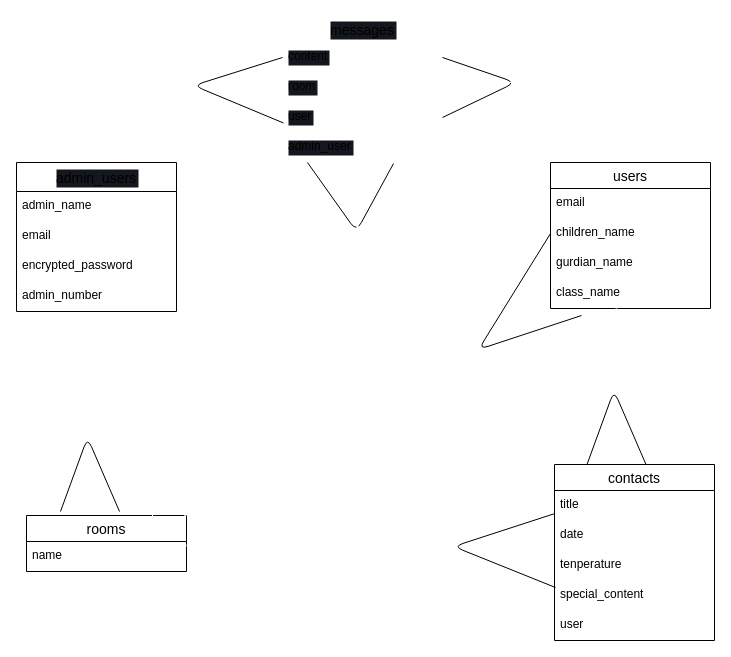
The draw.io diagram page "ページ1" (1 of 3) of contact_app.dio in yoshizooo/contact_app, before the edit. Source tidied: cells renumbered, new cells numbered last; positions are measured from the earlier drawing's top-left corner, leaving out a move shared by most shapes. Both pictures are drawn from the tidied source at 100%, with x=0, y=0 at pixel (16, 16).
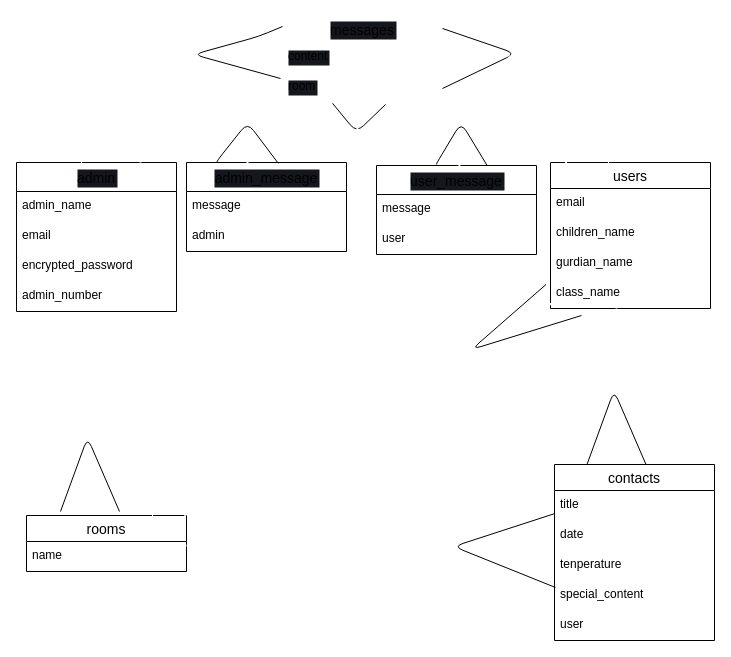
The same diagram, later.

The change refers to these unchanged cells:
```xml
<mxCell id="9" value="children_name" style="text;strokeColor=none;fillColor=none;spacingLeft=4;spacingRight=4;overflow=hidden;points=[[0,0.5],[1,0.5]];portConstraint=eastwest;fontSize=12;labelBackgroundColor=none;" parent="7" vertex="1">
  <mxGeometry y="56" width="160" height="30" as="geometry" />
</mxCell>
<mxCell id="10" value="gurdian_name" style="text;strokeColor=none;fillColor=none;spacingLeft=4;spacingRight=4;overflow=hidden;points=[[0,0.5],[1,0.5]];portConstraint=eastwest;fontSize=12;labelBackgroundColor=none;" parent="7" vertex="1">
  <mxGeometry y="86" width="160" height="30" as="geometry" />
</mxCell>
<mxCell id="21" value="content" style="text;strokeColor=none;fillColor=none;spacingLeft=4;spacingRight=4;overflow=hidden;points=[[0,0.5],[1,0.5]];portConstraint=eastwest;fontSize=12;labelBackgroundColor=#15171e;" parent="20" vertex="1">
  <mxGeometry y="26" width="160" height="30" as="geometry" />
</mxCell>
<mxCell id="22" value="room" style="text;strokeColor=none;fillColor=none;spacingLeft=4;spacingRight=4;overflow=hidden;points=[[0,0.5],[1,0.5]];portConstraint=eastwest;fontSize=12;labelBackgroundColor=#15171e;" parent="20" vertex="1">
  <mxGeometry y="56" width="160" height="30" as="geometry" />
</mxCell>
```

Change to the diagram source:
```diff
@@
-    <mxCell id="2" value="admin_users" style="swimlane;fontStyle=0;horizontal=1;startSize=29;align=center;fontSize=14;labelBackgroundColor=#15171e;" parent="1" vertex="1">
+    <mxCell id="2" value="admin" style="swimlane;fontStyle=0;horizontal=1;startSize=29;align=center;fontSize=14;labelBackgroundColor=#15171e;" parent="1" vertex="1">
       <mxGeometry y="146" width="160" height="149" as="geometry" />
     </mxCell>
@@
     <mxCell id="20" value="messages" style="swimlane;fontStyle=0;horizontal=1;startSize=26;align=center;fontSize=14;labelBackgroundColor=#15171e;strokeColor=#FFFFFF;" parent="1" vertex="1">
-      <mxGeometry x="266" width="160" height="146" as="geometry" />
+      <mxGeometry x="266" width="160" height="86" as="geometry" />
     </mxCell>
@@
-    <mxCell id="23" value="user" style="text;strokeColor=none;fillColor=none;spacingLeft=4;spacingRight=4;overflow=hidden;points=[[0,0.5],[1,0.5]];portConstraint=eastwest;fontSize=12;labelBackgroundColor=#15171e;" parent="20" vertex="1">
-      <mxGeometry y="86" width="160" height="30" as="geometry" />
-    </mxCell>
-    <mxCell id="24" value="admin_user" style="text;strokeColor=none;fillColor=none;spacingLeft=4;spacingRight=4;overflow=hidden;points=[[0,0.5],[1,0.5]];portConstraint=eastwest;fontSize=12;labelBackgroundColor=#15171e;" parent="20" vertex="1">
-      <mxGeometry y="116" width="160" height="30" as="geometry" />
-    </mxCell>
-    <mxCell id="25" style="endArrow=none;html=1;strokeColor=default;exitX=1;exitY=0.5;exitDx=0;exitDy=0;entryX=1;entryY=0.5;entryDx=0;entryDy=0;" parent="20" edge="1" source="23" target="21">
+    <mxCell id="25" style="endArrow=none;html=1;strokeColor=default;exitX=1;exitY=0.5;exitDx=0;exitDy=0;entryX=1;entryY=0.5;entryDx=0;entryDy=0;" parent="20" edge="1">
       <mxGeometry relative="1" as="geometry">
+        <mxPoint x="160" y="72" as="sourcePoint" />
+        <mxPoint x="160" y="12" as="targetPoint" />
         <Array as="points">
-          <mxPoint x="233" y="66" />
+          <mxPoint x="233" y="37" />
         </Array>
       </mxGeometry>
     </mxCell>
-    <mxCell id="26" style="endArrow=none;html=1;strokeColor=default;exitX=0.156;exitY=1;exitDx=0;exitDy=0;exitPerimeter=0;entryX=0.694;entryY=1.033;entryDx=0;entryDy=0;entryPerimeter=0;" parent="20" edge="1" source="24" target="24">
+    <mxCell id="26" style="endArrow=none;html=1;strokeColor=default;exitX=0.313;exitY=1.028;exitDx=0;exitDy=0;exitPerimeter=0;" parent="20" edge="1" source="22">
       <mxGeometry relative="1" as="geometry">
+        <mxPoint x="103" y="88" as="targetPoint" />
         <Array as="points">
-          <mxPoint x="74" y="215" />
+          <mxPoint x="74" y="116" />
         </Array>
       </mxGeometry>
     </mxCell>
     <mxCell id="27" style="shape=partialRectangle;whiteSpace=wrap;html=1;bottom=0;right=0;fillColor=none;labelBackgroundColor=#15171e;strokeColor=#FFFFFF;" parent="1" vertex="1">
-      <mxGeometry x="69" y="69" width="198" height="75" as="geometry" />
+      <mxGeometry x="65" y="39" width="199" height="108" as="geometry" />
     </mxCell>
@@
-    <mxCell id="29" style="endArrow=none;html=1;strokeColor=default;exitX=1;exitY=0.5;exitDx=0;exitDy=0;entryX=0;entryY=0.5;entryDx=0;entryDy=0;" parent="1" edge="1" source="27" target="21">
+    <mxCell id="29" style="endArrow=none;html=1;strokeColor=default;exitX=1;exitY=0.5;exitDx=0;exitDy=0;entryX=0;entryY=0.5;entryDx=0;entryDy=0;" parent="1" edge="1">
       <mxGeometry relative="1" as="geometry">
+        <mxPoint x="264" y="62" as="sourcePoint" />
+        <mxPoint x="266" y="10" as="targetPoint" />
         <Array as="points">
-          <mxPoint x="177" y="69" />
+          <mxPoint x="177" y="38" />
+          <mxPoint x="242" y="20" />
         </Array>
       </mxGeometry>
     </mxCell>
     <mxCell id="30" style="shape=partialRectangle;whiteSpace=wrap;html=1;bottom=0;right=0;fillColor=none;labelBackgroundColor=#15171e;strokeColor=#FFFFFF;rotation=90;" parent="1" vertex="1">
-      <mxGeometry x="476" y="22" width="75" height="163" as="geometry" />
+      <mxGeometry x="457" y="11.5" width="107" height="163" as="geometry" />
     </mxCell>
@@
     <mxCell id="38" style="line;strokeWidth=2;html=1;labelBackgroundColor=#15171e;strokeColor=#FFFFFF;rotation=-30;" parent="1" vertex="1">
-      <mxGeometry x="139.7" y="389.2" width="419" height="10" as="geometry" />
+      <mxGeometry x="139.3" y="387.9" width="424.4" height="10" as="geometry" />
     </mxCell>
@@
     <mxCell id="44" style="line;strokeWidth=2;direction=south;html=1;labelBackgroundColor=#15171e;strokeColor=#FFFFFF;" parent="1" vertex="1">
-      <mxGeometry x="336" y="146" width="10" height="193" as="geometry" />
+      <mxGeometry x="336" y="93" width="10" height="246" as="geometry" />
     </mxCell>
@@
-    <mxCell id="46" style="endArrow=none;html=1;strokeColor=default;fontSize=19;fontColor=#FFFFFF;exitX=0;exitY=0.5;exitDx=0;exitDy=0;" parent="1" edge="1" source="9">
+    <mxCell id="46" style="endArrow=none;html=1;strokeColor=default;fontSize=19;fontColor=#FFFFFF;exitX=-0.028;exitY=1.2;exitDx=0;exitDy=0;exitPerimeter=0;" parent="1" edge="1" source="10">
       <mxGeometry relative="1" as="geometry">
         <mxPoint x="565" y="299" as="targetPoint" />
         <Array as="points">
-          <mxPoint x="462" y="333" />
+          <mxPoint x="455" y="333" />
         </Array>
       </mxGeometry>
     </mxCell>
+    <mxCell id="47" value="admin_message" style="swimlane;fontStyle=0;horizontal=1;startSize=29;align=center;fontSize=14;labelBackgroundColor=#15171e;" parent="1" vertex="1">
+      <mxGeometry x="170" y="146" width="160" height="89" as="geometry" />
+    </mxCell>
+    <mxCell id="48" value="message" style="text;strokeColor=none;fillColor=none;spacingLeft=4;spacingRight=4;overflow=hidden;fontSize=12;" parent="47" vertex="1">
+      <mxGeometry y="29" width="160" height="30" as="geometry" />
+    </mxCell>
+    <mxCell id="49" value="admin" style="text;strokeColor=none;fillColor=none;spacingLeft=4;spacingRight=4;overflow=hidden;fontSize=12;" parent="47" vertex="1">
+      <mxGeometry y="59" width="160" height="30" as="geometry" />
+    </mxCell>
+    <mxCell id="50" value="user_message" style="swimlane;fontStyle=0;horizontal=1;startSize=29;align=center;fontSize=14;labelBackgroundColor=#15171e;" parent="1" vertex="1">
+      <mxGeometry x="360" y="149" width="160" height="89" as="geometry" />
+    </mxCell>
+    <mxCell id="51" value="message" style="text;strokeColor=none;fillColor=none;spacingLeft=4;spacingRight=4;overflow=hidden;fontSize=12;" parent="50" vertex="1">
+      <mxGeometry y="29" width="160" height="30" as="geometry" />
+    </mxCell>
+    <mxCell id="23" value="user" style="text;strokeColor=none;fillColor=none;spacingLeft=4;spacingRight=4;overflow=hidden;points=[[0,0.5],[1,0.5]];portConstraint=eastwest;fontSize=12;" parent="50" vertex="1">
+      <mxGeometry y="59" width="160" height="30" as="geometry" />
+    </mxCell>
+    <mxCell id="52" style="line;strokeWidth=2;direction=south;html=1;labelBackgroundColor=#15171e;strokeColor=#FFFFFF;" parent="1" vertex="1">
+      <mxGeometry x="226" y="107" width="10" height="40" as="geometry" />
+    </mxCell>
+    <mxCell id="53" style="line;strokeWidth=2;direction=south;html=1;labelBackgroundColor=#15171e;strokeColor=#FFFFFF;" parent="1" vertex="1">
+      <mxGeometry x="119" y="106" width="10" height="40" as="geometry" />
+    </mxCell>
+    <mxCell id="54" style="line;strokeWidth=2;direction=south;html=1;labelBackgroundColor=#15171e;strokeColor=#FFFFFF;rotation=90;" parent="1" vertex="1">
+      <mxGeometry x="173.4" y="54.2" width="10" height="107.5" as="geometry" />
+    </mxCell>
+    <mxCell id="55" style="line;strokeWidth=4;html=1;perimeter=backbonePerimeter;labelBackgroundColor=#15171e;strokeColor=#FFFFFF;" parent="1" vertex="1">
+      <mxGeometry x="105" y="122" width="46" height="10" as="geometry" />
+    </mxCell>
+    <mxCell id="56" style="endArrow=none;html=1;strokeColor=default;exitX=0.989;exitY=0.999;exitDx=0;exitDy=0;exitPerimeter=0;entryX=0.195;entryY=0.003;entryDx=0;entryDy=0;entryPerimeter=0;" parent="1" edge="1" source="27" target="47">
+      <mxGeometry relative="1" as="geometry">
+        <Array as="points">
+          <mxPoint x="231" y="106" />
+          <mxPoint x="200" y="145" />
+        </Array>
+      </mxGeometry>
+    </mxCell>
+    <mxCell id="57" style="line;strokeWidth=2;direction=south;html=1;labelBackgroundColor=#15171e;strokeColor=#FFFFFF;rotation=90;" parent="1" vertex="1">
+      <mxGeometry x="491" y="56.2" width="10" height="107.5" as="geometry" />
+    </mxCell>
+    <mxCell id="58" style="line;strokeWidth=2;direction=south;html=1;labelBackgroundColor=#15171e;strokeColor=#FFFFFF;" parent="1" vertex="1">
+      <mxGeometry x="438" y="110" width="10" height="40" as="geometry" />
+    </mxCell>
+    <mxCell id="59" style="line;strokeWidth=2;direction=south;html=1;labelBackgroundColor=#15171e;strokeColor=#FFFFFF;" parent="1" vertex="1">
+      <mxGeometry x="544" y="109" width="11" height="40" as="geometry" />
+    </mxCell>
+    <mxCell id="60" style="line;strokeWidth=4;html=1;perimeter=backbonePerimeter;labelBackgroundColor=#15171e;strokeColor=#FFFFFF;" parent="1" vertex="1">
+      <mxGeometry x="528" y="122" width="46" height="10" as="geometry" />
+    </mxCell>
+    <mxCell id="61" style="endArrow=none;html=1;strokeColor=default;exitX=1.02;exitY=0.746;exitDx=0;exitDy=0;exitPerimeter=0;" parent="1" edge="1" source="30">
+      <mxGeometry relative="1" as="geometry">
+        <mxPoint x="420" y="148" as="targetPoint" />
+        <Array as="points">
+          <mxPoint x="444.6" y="106" />
+          <mxPoint x="420" y="147" />
+        </Array>
+      </mxGeometry>
+    </mxCell>
+    <mxCell id="62" style="line;strokeWidth=2;direction=south;html=1;labelBackgroundColor=#15171e;strokeColor=#FFFFFF;" parent="1" vertex="1">
+      <mxGeometry x="295" y="86" width="10" height="59" as="geometry" />
+    </mxCell>
+    <mxCell id="63" style="line;strokeWidth=4;html=1;perimeter=backbonePerimeter;labelBackgroundColor=#15171e;strokeColor=#FFFFFF;" parent="1" vertex="1">
+      <mxGeometry x="288.5" y="93" width="23" height="10" as="geometry" />
+    </mxCell>
+    <mxCell id="64" style="line;strokeWidth=4;html=1;perimeter=backbonePerimeter;labelBackgroundColor=#15171e;strokeColor=#FFFFFF;" parent="1" vertex="1">
+      <mxGeometry x="288.5" y="125" width="23" height="10" as="geometry" />
+    </mxCell>
+    <mxCell id="65" style="line;strokeWidth=2;direction=south;html=1;labelBackgroundColor=#15171e;strokeColor=#FFFFFF;" parent="1" vertex="1">
+      <mxGeometry x="384.5" y="88.5" width="10" height="59" as="geometry" />
+    </mxCell>
+    <mxCell id="66" style="line;strokeWidth=4;html=1;perimeter=backbonePerimeter;labelBackgroundColor=#15171e;strokeColor=#FFFFFF;" parent="1" vertex="1">
+      <mxGeometry x="378" y="95.5" width="23" height="10" as="geometry" />
+    </mxCell>
+    <mxCell id="67" style="line;strokeWidth=4;html=1;perimeter=backbonePerimeter;labelBackgroundColor=#15171e;strokeColor=#FFFFFF;" parent="1" vertex="1">
+      <mxGeometry x="378" y="127.5" width="23" height="10" as="geometry" />
+    </mxCell>
```
